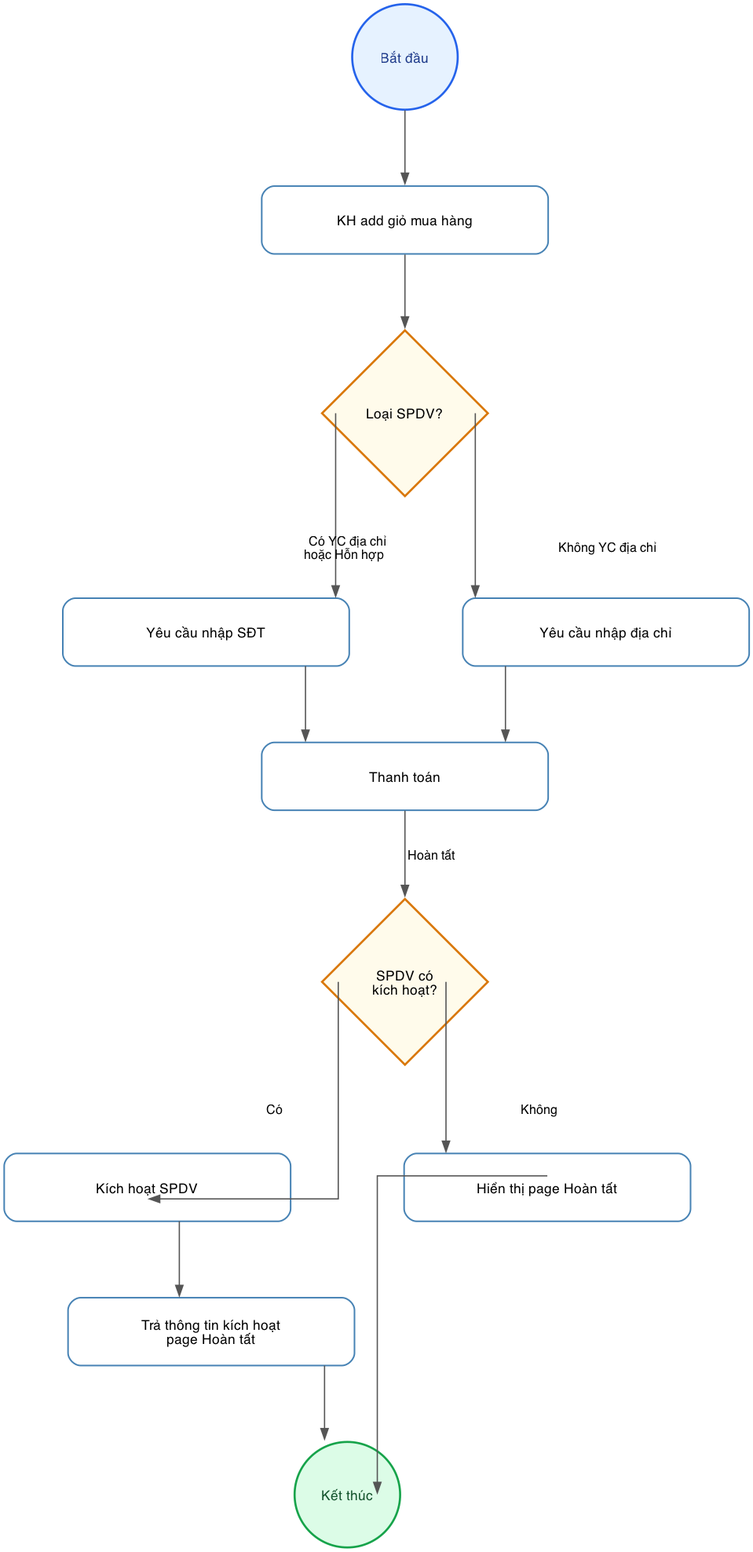
The Graphviz diagram diagrams/bpmn_shopping_cart.png in hathuy2706-BA/FPT, before a commit. Its source is kept beside it as diagrams/bpmn_shopping_cart.dot.
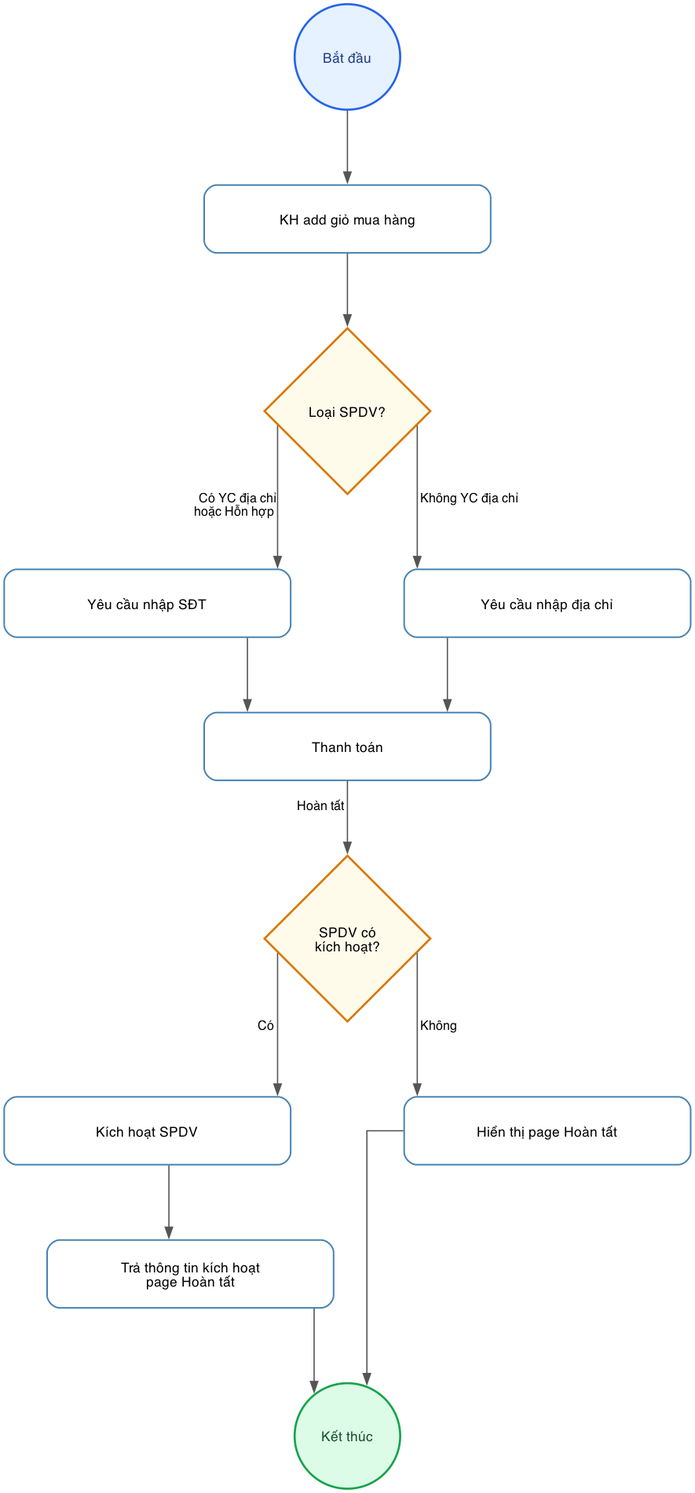
The same diagram one commit later.

Commit message:
Fix edge routing to connect endpoints correctly

Diff of the diagram source:
```diff
@@ -30,21 +30,21 @@
     start -> add_cart;
     add_cart -> check_type;
 
-    check_type:w -> req_phone:n [label=" Có YC địa chỉ\nhoặc Hỗn hợp ", labeldistance=2];
-    check_type:e -> req_address:n [label=" Không YC địa chỉ ", labeldistance=2];
+    check_type -> req_phone [xlabel=" Có YC địa chỉ\nhoặc Hỗn hợp "];
+    check_type -> req_address [xlabel=" Không YC địa chỉ "];
 
-    req_phone:s -> payment:n;
-    req_address:s -> payment:n;
+    req_phone -> payment;
+    req_address -> payment;
 
-    payment -> check_activation [label=" Hoàn tất "];
+    payment -> check_activation [xlabel=" Hoàn tất "];
 
-    check_activation:w -> activate:n [label=" Có "];
-    check_activation:e -> show_thanks_no_activate:n [label=" Không "];
+    check_activation -> activate [xlabel=" Có "];
+    check_activation -> show_thanks_no_activate [xlabel=" Không "];
 
-    activate:s -> show_thanks_activate:n;
+    activate -> show_thanks_activate;
 
-    show_thanks_activate:s -> end_node:n;
-    show_thanks_no_activate:s -> end_node:e;
+    show_thanks_activate -> end_node;
+    show_thanks_no_activate -> end_node;
 
     { rank=same; req_phone; req_address; }
     { rank=same; activate; show_thanks_no_activate; }
```
